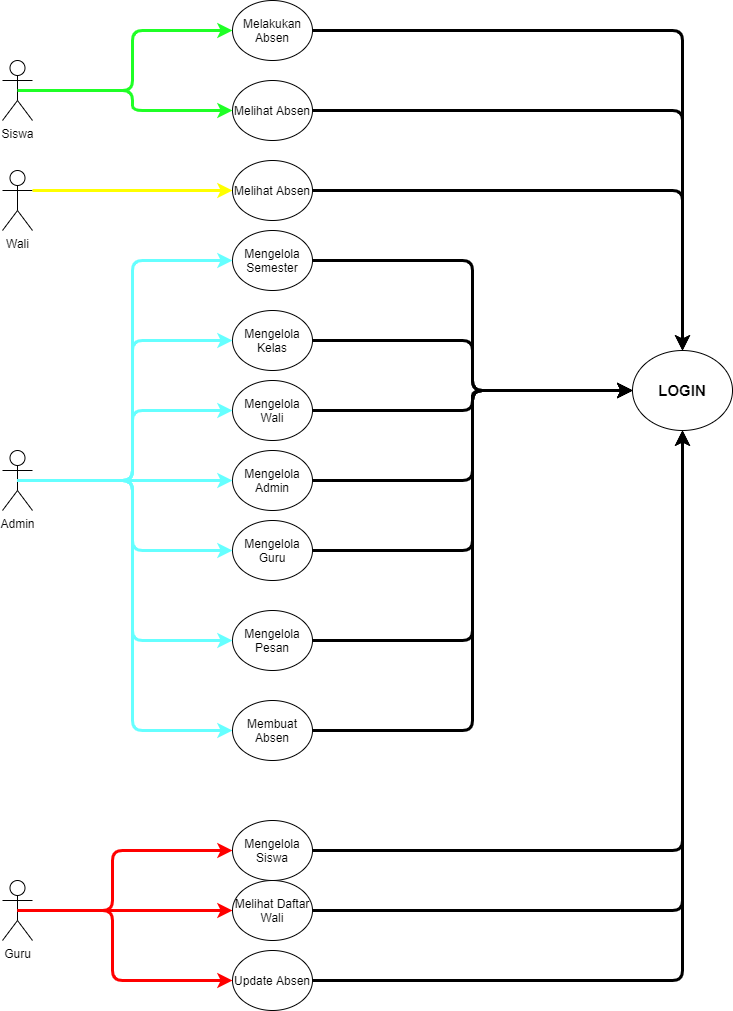
The draw.io diagram DIAGRAM USE CASE.png in tamamhuda/Aplikasi-Presensi, before a commit. Source tidied: cells renumbered, new cells last; positions are measured from the earlier drawing's top-left corner, leaving out a move shared by most shapes.
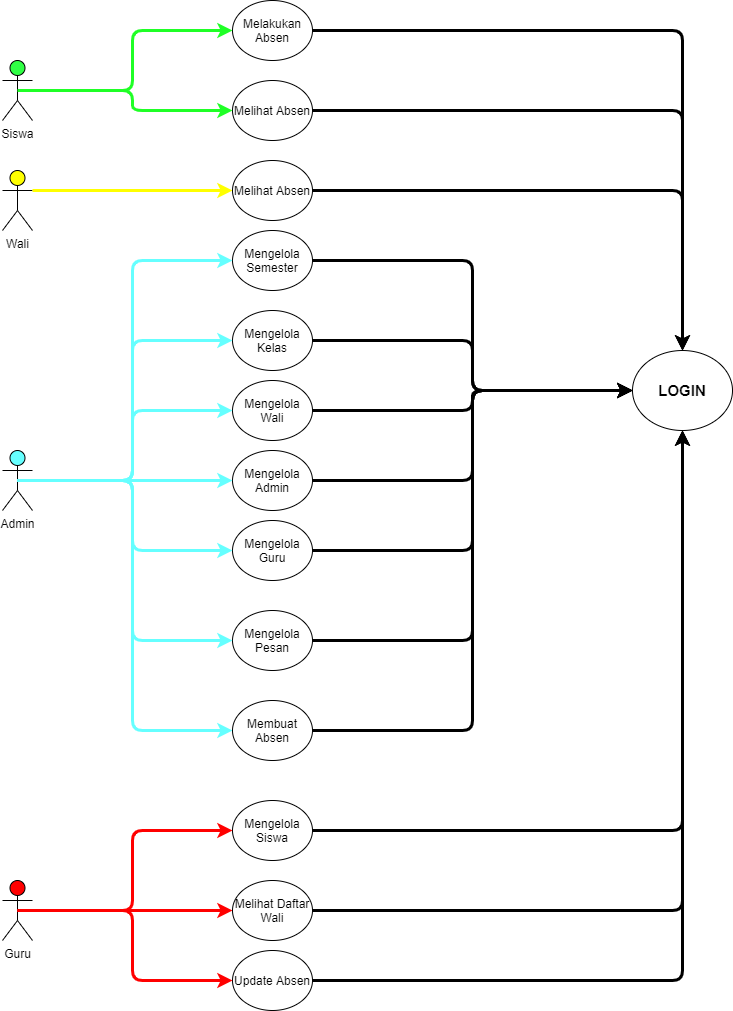
After the change.

What changed in the source:
```diff
@@ -2,23 +2,23 @@
   <root>
     <mxCell id="0" />
     <mxCell id="1" parent="0" />
-    <mxCell id="2" value="Siswa" style="shape=umlActor;verticalLabelPosition=bottom;verticalAlign=top;html=1;outlineConnect=0;" parent="1" vertex="1">
+    <mxCell id="2" value="Siswa" style="shape=umlActor;verticalLabelPosition=bottom;verticalAlign=top;html=1;outlineConnect=0;fillColor=#30FF45;" parent="1" vertex="1">
       <mxGeometry y="60" width="30" height="60" as="geometry" />
     </mxCell>
-    <mxCell id="3" value="Admin" style="shape=umlActor;verticalLabelPosition=bottom;verticalAlign=top;html=1;outlineConnect=0;" parent="1" vertex="1">
+    <mxCell id="3" value="Admin" style="shape=umlActor;verticalLabelPosition=bottom;verticalAlign=top;html=1;outlineConnect=0;fillColor=#66FFFF;" parent="1" vertex="1">
       <mxGeometry y="450" width="30" height="60" as="geometry" />
     </mxCell>
-    <mxCell id="4" value="Guru" style="shape=umlActor;verticalLabelPosition=bottom;verticalAlign=top;html=1;outlineConnect=0;" parent="1" vertex="1">
+    <mxCell id="4" value="Guru" style="shape=umlActor;verticalLabelPosition=bottom;verticalAlign=top;html=1;outlineConnect=0;fillColor=#FF0000;" parent="1" vertex="1">
       <mxGeometry y="880" width="30" height="60" as="geometry" />
     </mxCell>
-    <mxCell id="5" value="Wali" style="shape=umlActor;verticalLabelPosition=bottom;verticalAlign=top;html=1;outlineConnect=0;" parent="1" vertex="1">
+    <mxCell id="5" value="Wali" style="shape=umlActor;verticalLabelPosition=bottom;verticalAlign=top;html=1;outlineConnect=0;fillColor=#FFFF00;" parent="1" vertex="1">
       <mxGeometry y="170" width="30" height="60" as="geometry" />
     </mxCell>
     <mxCell id="6" value="&lt;b&gt;&lt;font style=&quot;font-size: 15px&quot;&gt;LOGIN&lt;/font&gt;&lt;/b&gt;" style="ellipse;whiteSpace=wrap;html=1;" parent="1" vertex="1">
       <mxGeometry x="630" y="350" width="100" height="80" as="geometry" />
     </mxCell>
     <mxCell id="7" value="Mengelola Siswa" style="ellipse;whiteSpace=wrap;html=1;" parent="1" vertex="1">
-      <mxGeometry x="230" y="820" width="80" height="60" as="geometry" />
+      <mxGeometry x="230" y="800" width="80" height="60" as="geometry" />
     </mxCell>
     <mxCell id="8" value="Mengelola Admin" style="ellipse;whiteSpace=wrap;html=1;" parent="1" vertex="1">
       <mxGeometry x="230" y="450" width="80" height="60" as="geometry" />
@@ -38,16 +38,16 @@
     <mxCell id="13" style="endArrow=classic;html=1;rounded=1;edgeStyle=orthogonalEdgeStyle;exitX=0.5;exitY=0.5;exitDx=0;exitDy=0;exitPerimeter=0;strokeWidth=3;strokeColor=#FF0000;entryX=0;entryY=0.5;entryDx=0;entryDy=0;" parent="1" edge="1" source="4" target="9">
       <mxGeometry relative="1" as="geometry">
         <Array as="points">
-          <mxPoint x="110" y="910" />
-          <mxPoint x="110" y="980" />
+          <mxPoint x="130" y="910" />
+          <mxPoint x="130" y="980" />
         </Array>
       </mxGeometry>
     </mxCell>
     <mxCell id="14" style="endArrow=classic;html=1;edgeStyle=orthogonalEdgeStyle;strokeColor=#FF0000;entryX=0;entryY=0.5;entryDx=0;entryDy=0;strokeWidth=3;exitX=0.5;exitY=0.5;exitDx=0;exitDy=0;exitPerimeter=0;rounded=1;" parent="1" edge="1" source="4" target="7">
       <mxGeometry relative="1" as="geometry">
         <Array as="points">
-          <mxPoint x="110" y="910" />
-          <mxPoint x="110" y="850" />
+          <mxPoint x="130" y="910" />
+          <mxPoint x="130" y="830" />
         </Array>
       </mxGeometry>
     </mxCell>
```
